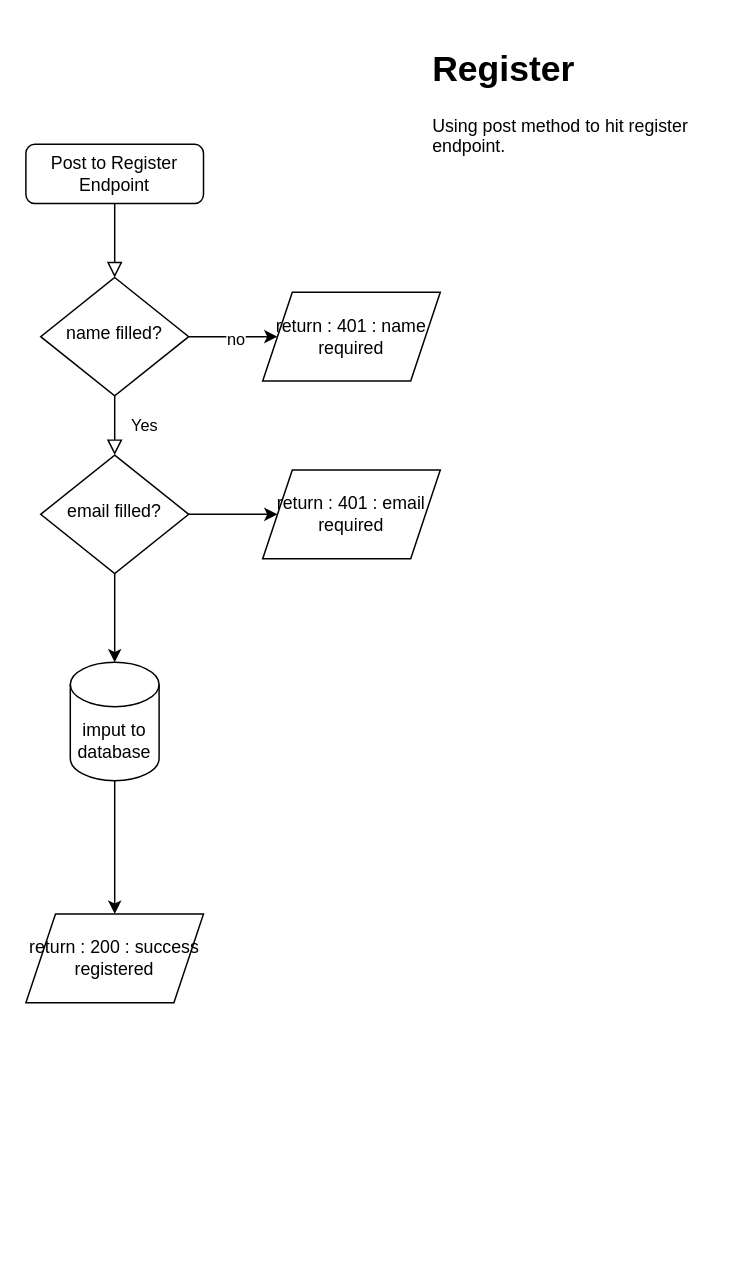
The draw.io diagram register.drawio in MasEBTa/drawio, before the edit. Source tidied: cells renumbered, new cells numbered last; positions are measured from the earlier drawing's top-left corner, leaving out a move shared by most shapes. Both pictures are drawn from the tidied source at 148%, with x=0, y=0 at pixel (25, 40).
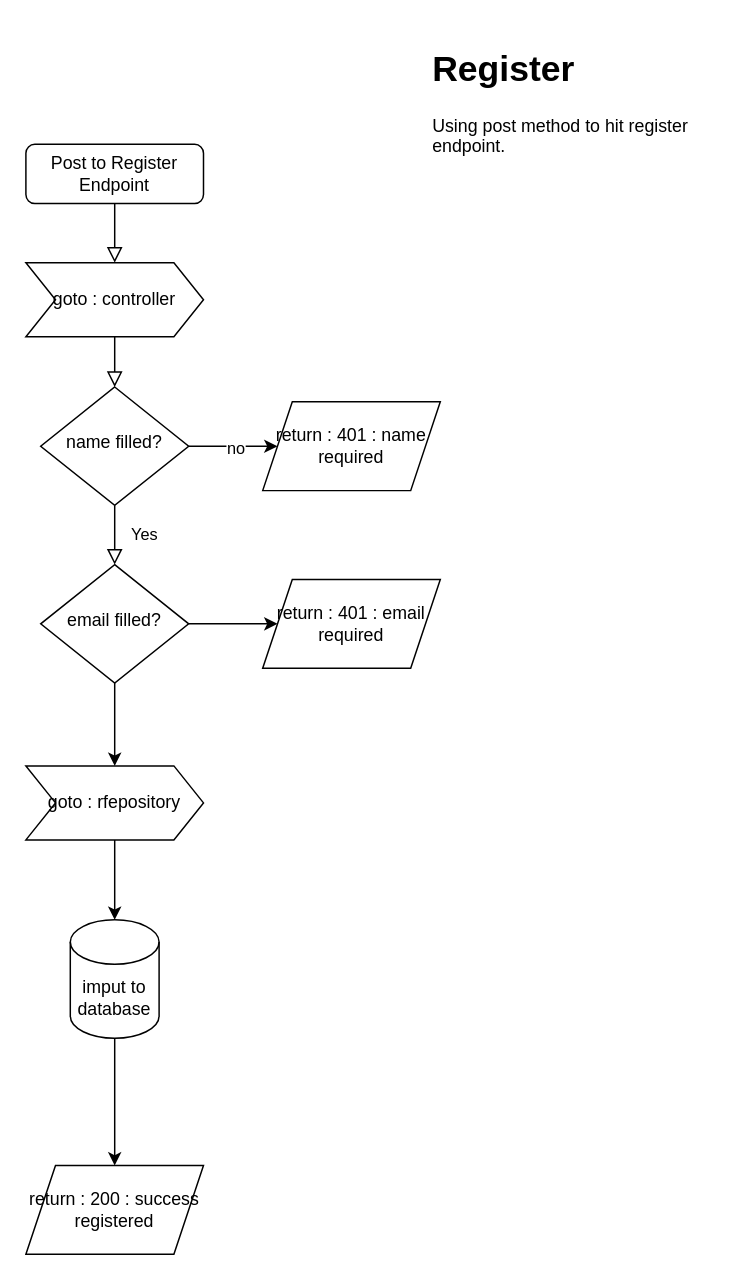
Above is the later version.

Unchanged cells that the change refers to:
```xml
<mxCell id="3" value="Post to Register Endpoint" style="rounded=1;whiteSpace=wrap;html=1;fontSize=12;glass=0;strokeWidth=1;shadow=0;" parent="1" vertex="1">
  <mxGeometry y="70" width="120" height="40" as="geometry" />
</mxCell>
```

What changed in the source:
```diff
@@
-    <mxCell id="2" style="rounded=0;html=1;jettySize=auto;fontSize=11;endArrow=block;endFill=0;endSize=8;strokeWidth=1;shadow=0;labelBackgroundColor=none;edgeStyle=orthogonalEdgeStyle;" parent="1" edge="1" source="3" target="7">
+    <mxCell id="2" style="rounded=0;html=1;jettySize=auto;fontSize=11;endArrow=block;endFill=0;endSize=8;strokeWidth=1;shadow=0;labelBackgroundColor=none;edgeStyle=orthogonalEdgeStyle;" parent="1" edge="1" source="18" target="7">
       <mxGeometry relative="1" as="geometry" />
     </mxCell>
@@
     <mxCell id="7" value="name filled?" style="rhombus;whiteSpace=wrap;html=1;shadow=0;fontFamily=Helvetica;fontSize=12;align=center;strokeWidth=1;spacing=6;spacingTop=-4;" parent="1" vertex="1">
-      <mxGeometry x="10" y="160" width="100" height="80" as="geometry" />
+      <mxGeometry x="10" y="234" width="100" height="80" as="geometry" />
     </mxCell>
-    <mxCell id="8" style="edgeStyle=orthogonalEdgeStyle;rounded=0;jettySize=auto;html=1;" parent="1" edge="1" source="10" target="12">
+    <mxCell id="8" style="edgeStyle=orthogonalEdgeStyle;rounded=0;jettySize=auto;html=1;" parent="1" edge="1" source="20" target="12">
       <mxGeometry relative="1" as="geometry" />
     </mxCell>
@@
     <mxCell id="10" value="email filled?" style="rhombus;whiteSpace=wrap;html=1;shadow=0;fontFamily=Helvetica;fontSize=12;align=center;strokeWidth=1;spacing=6;spacingTop=-4;" parent="1" vertex="1">
-      <mxGeometry x="10" y="280" width="100" height="80" as="geometry" />
+      <mxGeometry x="10" y="354" width="100" height="80" as="geometry" />
     </mxCell>
@@
     <mxCell id="12" value="imput to database" style="shape=cylinder3;whiteSpace=wrap;html=1;boundedLbl=1;backgroundOutline=1;size=15;" parent="1" vertex="1">
-      <mxGeometry x="30" y="420" width="60" height="80" as="geometry" />
+      <mxGeometry x="30" y="594" width="60" height="80" as="geometry" />
     </mxCell>
     <mxCell id="13" value="return : 401 : name required" style="shape=parallelogram;perimeter=parallelogramPerimeter;whiteSpace=wrap;html=1;fixedSize=1;" parent="1" vertex="1">
-      <mxGeometry x="160" y="170" width="120" height="60" as="geometry" />
+      <mxGeometry x="160" y="244" width="120" height="60" as="geometry" />
     </mxCell>
     <mxCell id="14" value="return : 401 : email required" style="shape=parallelogram;perimeter=parallelogramPerimeter;whiteSpace=wrap;html=1;fixedSize=1;" parent="1" vertex="1">
-      <mxGeometry x="160" y="290" width="120" height="60" as="geometry" />
+      <mxGeometry x="160" y="364" width="120" height="60" as="geometry" />
     </mxCell>
     <mxCell id="15" value="return : 200 : success registered" style="shape=parallelogram;perimeter=parallelogramPerimeter;whiteSpace=wrap;html=1;fixedSize=1;" parent="1" vertex="1">
-      <mxGeometry y="590" width="120" height="60" as="geometry" />
+      <mxGeometry y="760" width="120" height="60" as="geometry" />
     </mxCell>
@@
+    <mxCell id="17" style="rounded=0;html=1;jettySize=auto;fontSize=11;endArrow=block;endFill=0;endSize=8;strokeWidth=1;shadow=0;labelBackgroundColor=none;edgeStyle=orthogonalEdgeStyle;" parent="1" edge="1" source="3" target="18">
+      <mxGeometry relative="1" as="geometry" />
+    </mxCell>
+    <mxCell id="18" value="goto : controller" style="shape=step;perimeter=stepPerimeter;whiteSpace=wrap;html=1;fixedSize=1;" parent="1" vertex="1">
+      <mxGeometry y="150" width="120" height="50" as="geometry" />
+    </mxCell>
+    <mxCell id="19" style="edgeStyle=orthogonalEdgeStyle;rounded=0;jettySize=auto;html=1;" parent="1" edge="1" source="10" target="20">
+      <mxGeometry relative="1" as="geometry" />
+    </mxCell>
+    <mxCell id="20" value="goto : rfepository" style="shape=step;perimeter=stepPerimeter;whiteSpace=wrap;html=1;fixedSize=1;" parent="1" vertex="1">
+      <mxGeometry y="490" width="120" height="50" as="geometry" />
+    </mxCell>
```
